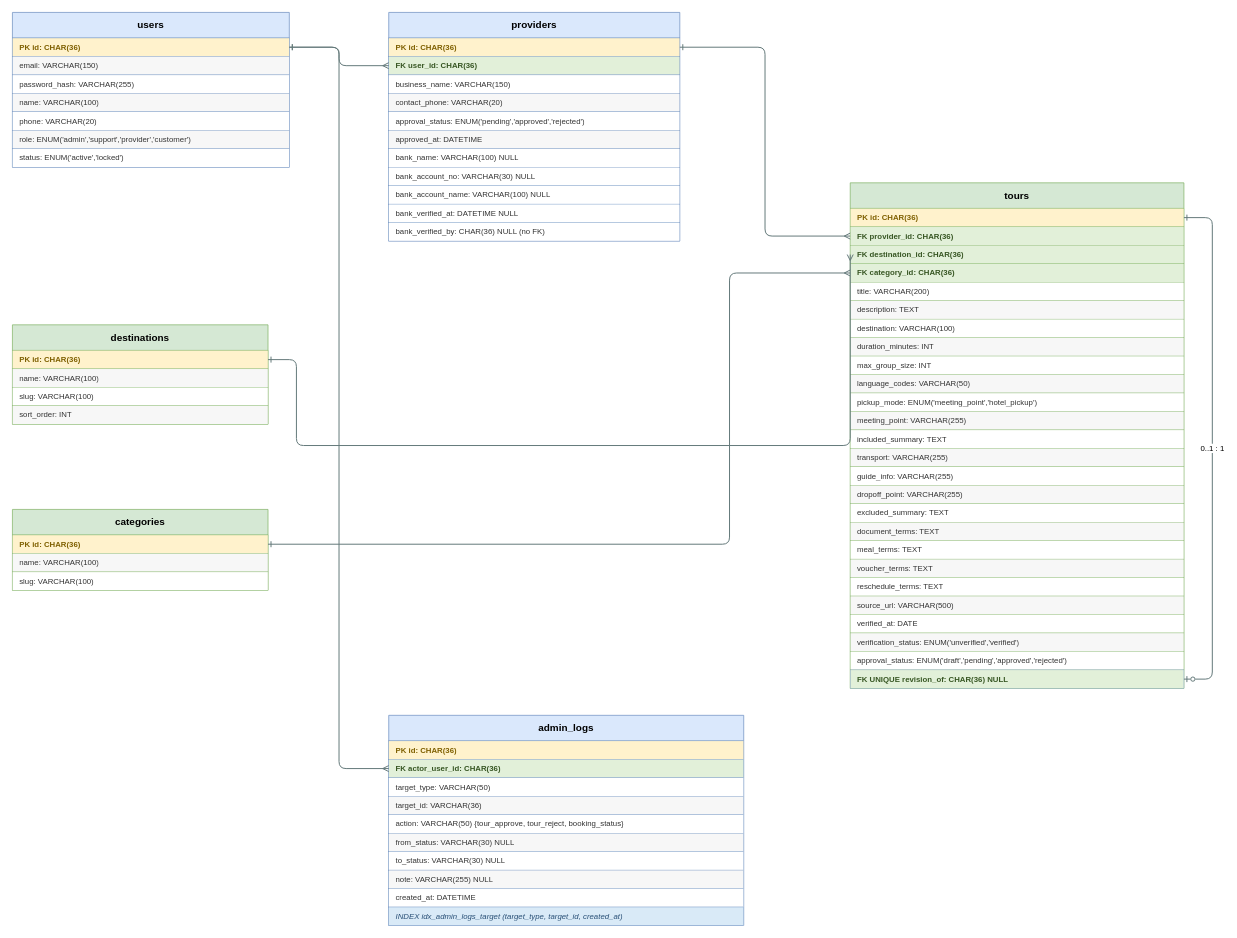
Above: page "01 Core & Catalog" (1 of 6) of docs/diagram/localtour-erd.drawio in kannar04/LocalTour_Project (draw.io), before the change. Source tidied: cells renumbered, new cells numbered last; positions are measured from the earlier drawing's top-left corner, leaving out a move shared by most shapes. Both pictures are drawn from the tidied source at 71%, with x=0, y=0 at pixel (12, 12).
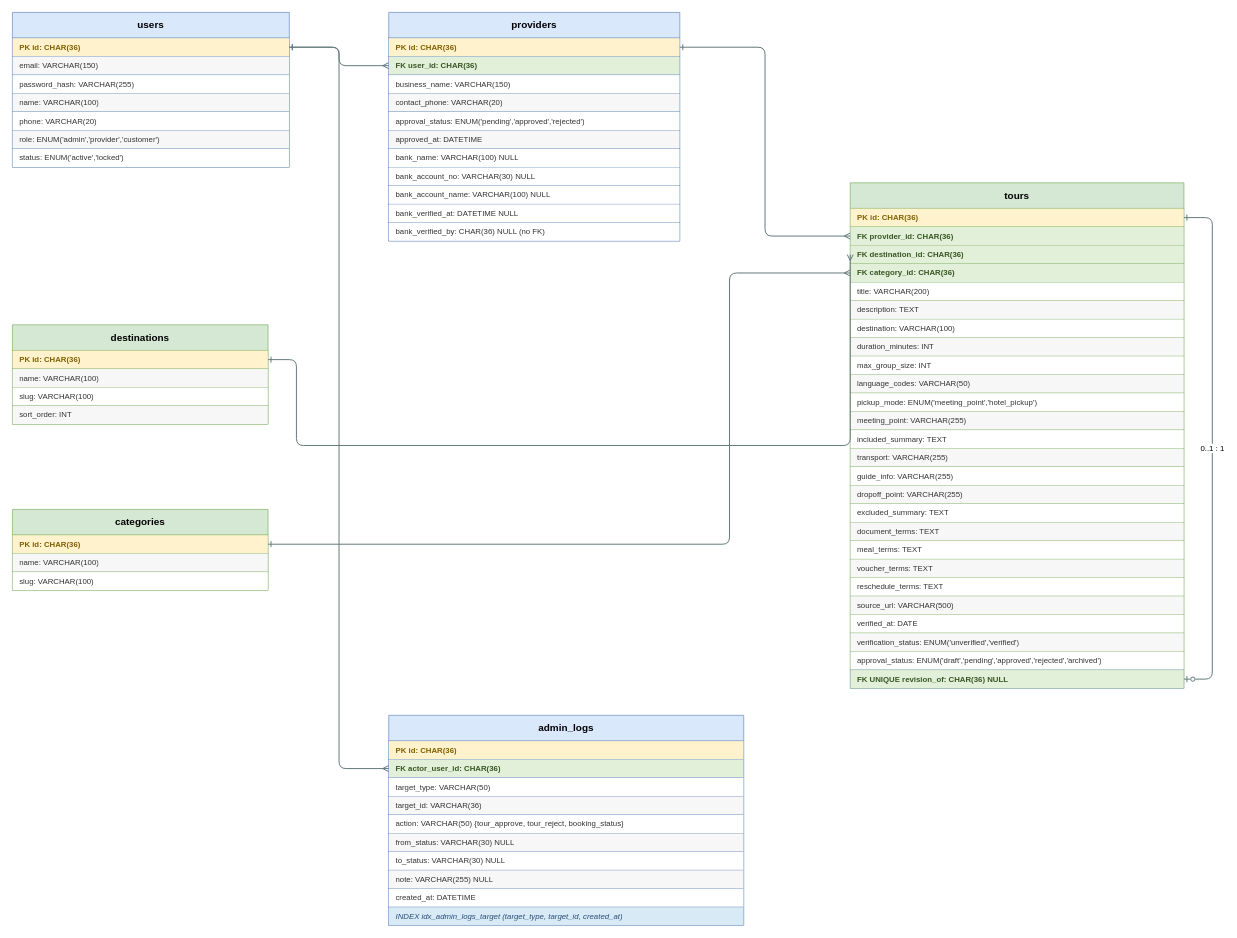
Above is the later version.

Unchanged cells that the change refers to:
```xml
<mxCell id="13" value="tours" style="swimlane;startSize=36;horizontal=1;rounded=0;html=1;whiteSpace=wrap;fontStyle=1;fontSize=14;align=center;verticalAlign=middle;fillColor=#d5e8d4;strokeColor=#82b366;swimlaneFillColor=#ffffff;" parent="1" vertex="1">
  <mxGeometry x="1180" y="240" width="470" height="712" as="geometry" />
</mxCell>
<mxCell id="57" value="users" style="swimlane;startSize=36;horizontal=1;rounded=0;html=1;whiteSpace=wrap;fontStyle=1;fontSize=14;align=center;verticalAlign=middle;fillColor=#dae8fc;strokeColor=#6c8ebf;swimlaneFillColor=#ffffff;" parent="1" vertex="1">
  <mxGeometry width="390" height="218" as="geometry" />
</mxCell>
```

The edit, as a diff of the source:
```diff
@@
-    <mxCell id="38" value="approval_status: ENUM('draft','pending','approved','rejected')" style="text;html=1;align=left;verticalAlign=middle;spacingLeft=8;whiteSpace=wrap;overflow=hidden;fillColor=#ffffff;strokeColor=#82b366;strokeWidth=0.5;fontSize=11;fontStyle=0;fontColor=#333333;" parent="13" vertex="1">
+    <mxCell id="38" value="approval_status: ENUM('draft','pending','approved','rejected','archived')" style="text;html=1;align=left;verticalAlign=middle;spacingLeft=8;whiteSpace=wrap;overflow=hidden;fillColor=#ffffff;strokeColor=#82b366;strokeWidth=0.5;fontSize=11;fontStyle=0;fontColor=#333333;" parent="13" vertex="1">
       <mxGeometry y="660" width="470" height="26" as="geometry" />
     </mxCell>
@@
-    <mxCell id="63" value="role: ENUM('admin','support','provider','customer')" style="text;html=1;align=left;verticalAlign=middle;spacingLeft=8;whiteSpace=wrap;overflow=hidden;fillColor=#f7f7f7;strokeColor=#6c8ebf;strokeWidth=0.5;fontSize=11;fontStyle=0;fontColor=#333333;" parent="57" vertex="1">
+    <mxCell id="63" value="role: ENUM('admin','provider','customer')" style="text;html=1;align=left;verticalAlign=middle;spacingLeft=8;whiteSpace=wrap;overflow=hidden;fillColor=#f7f7f7;strokeColor=#6c8ebf;strokeWidth=0.5;fontSize=11;fontStyle=0;fontColor=#333333;" parent="57" vertex="1">
       <mxGeometry y="166" width="390" height="26" as="geometry" />
     </mxCell>
```
